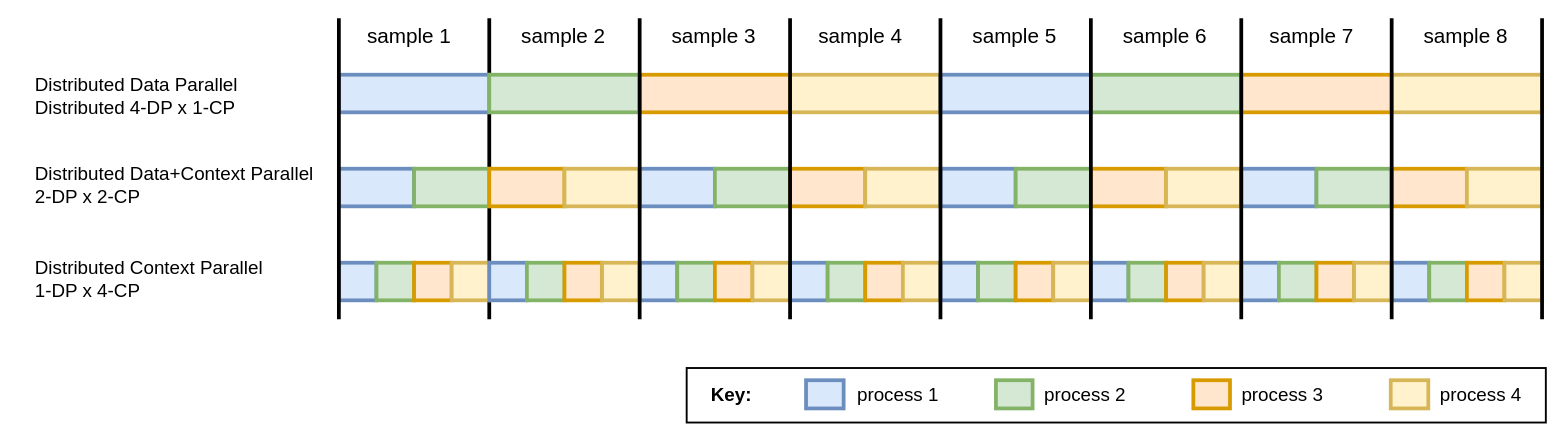
This is assets/GPTlite-distributed/SPDistributedSampler.drawio from brunomaga/brunomaga.github.io, a draw.io file, before an edit. Source tidied: cells renumbered, new cells numbered last; positions are measured from the earlier drawing's top-left corner, leaving out a move shared by most shapes. Both pictures are drawn from the tidied source at 94%, with x=0, y=0 at pixel (33, 18).
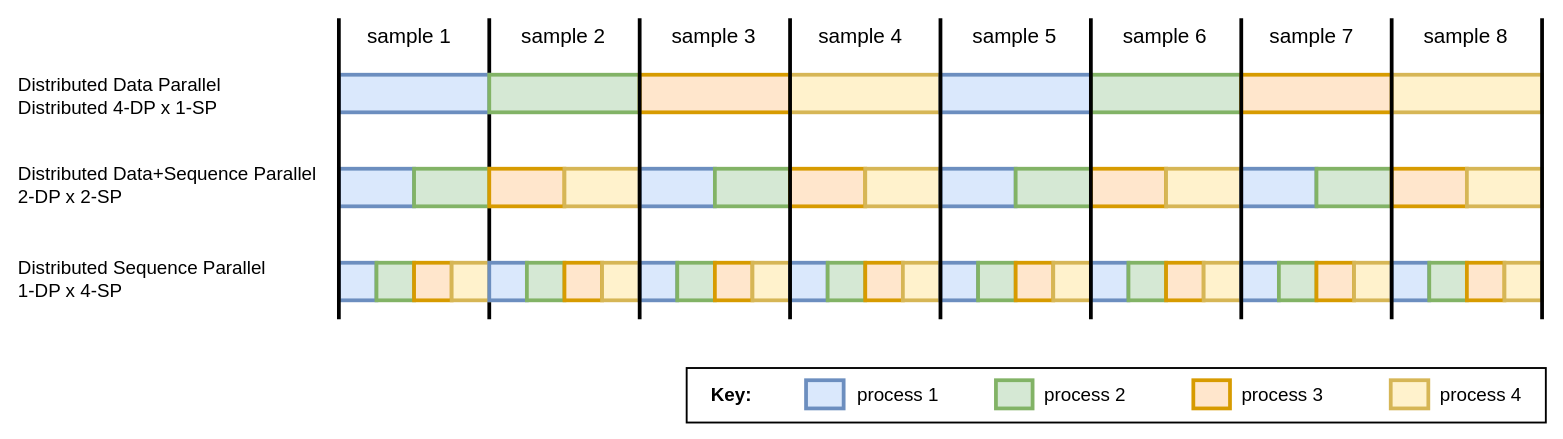
Above is the later version.

Diff of the diagram source:
```diff
@@
     <mxCell id="86" style="group;fontSize=18;" parent="1" vertex="1">
-      <mxGeometry x="23" y="67" width="382" height="225" as="geometry" />
+      <mxGeometry x="5" y="67" width="382" height="225" as="geometry" />
     </mxCell>
-    <mxCell id="87" value="Distributed Data Parallel&lt;div style=&quot;font-size: 20px;&quot;&gt;Distributed 4-DP x 1-CP&lt;/div&gt;" style="text;html=1;align=left;verticalAlign=middle;whiteSpace=wrap;rounded=0;fontSize=20;fontStyle=0;" parent="86" vertex="1">
+    <mxCell id="87" value="Distributed Data Parallel&lt;div style=&quot;font-size: 20px;&quot;&gt;Distributed 4-DP x 1-SP&lt;/div&gt;" style="text;html=1;align=left;verticalAlign=middle;whiteSpace=wrap;rounded=0;fontSize=20;fontStyle=0;" parent="86" vertex="1">
       <mxGeometry x="-23.2" width="382" height="30" as="geometry" />
     </mxCell>
-    <mxCell id="88" value="&lt;div style=&quot;font-size: 20px;&quot;&gt;Distributed Data+Context Parallel&lt;/div&gt;&lt;div style=&quot;font-size: 20px;&quot;&gt;2-DP x 2-CP&lt;/div&gt;" style="text;html=1;align=left;verticalAlign=middle;whiteSpace=wrap;rounded=0;fontSize=20;fontStyle=0;" parent="86" vertex="1">
+    <mxCell id="88" value="&lt;div style=&quot;font-size: 20px;&quot;&gt;Distributed Data+Sequence Parallel&lt;/div&gt;&lt;div style=&quot;font-size: 20px;&quot;&gt;2-DP x 2-SP&lt;/div&gt;" style="text;html=1;align=left;verticalAlign=middle;whiteSpace=wrap;rounded=0;fontSize=20;fontStyle=0;" parent="86" vertex="1">
       <mxGeometry x="-23.2" y="95" width="382" height="30" as="geometry" />
     </mxCell>
-    <mxCell id="89" value="&lt;div style=&quot;font-size: 20px;&quot;&gt;Distributed Context Parallel&lt;/div&gt;&lt;div style=&quot;font-size: 20px;&quot;&gt;&lt;span style=&quot;background-color: initial;&quot;&gt;1-DP x 4-CP&lt;/span&gt;&lt;/div&gt;" style="text;html=1;align=left;verticalAlign=middle;whiteSpace=wrap;rounded=0;fontSize=20;fontStyle=0;" parent="86" vertex="1">
+    <mxCell id="89" value="&lt;div style=&quot;font-size: 20px;&quot;&gt;Distributed Sequence Parallel&lt;/div&gt;&lt;div style=&quot;font-size: 20px;&quot;&gt;&lt;span style=&quot;background-color: initial;&quot;&gt;1-DP x 4-SP&lt;/span&gt;&lt;/div&gt;" style="text;html=1;align=left;verticalAlign=middle;whiteSpace=wrap;rounded=0;fontSize=20;fontStyle=0;" parent="86" vertex="1">
       <mxGeometry x="-23.2" y="195" width="382" height="30" as="geometry" />
     </mxCell>
```
